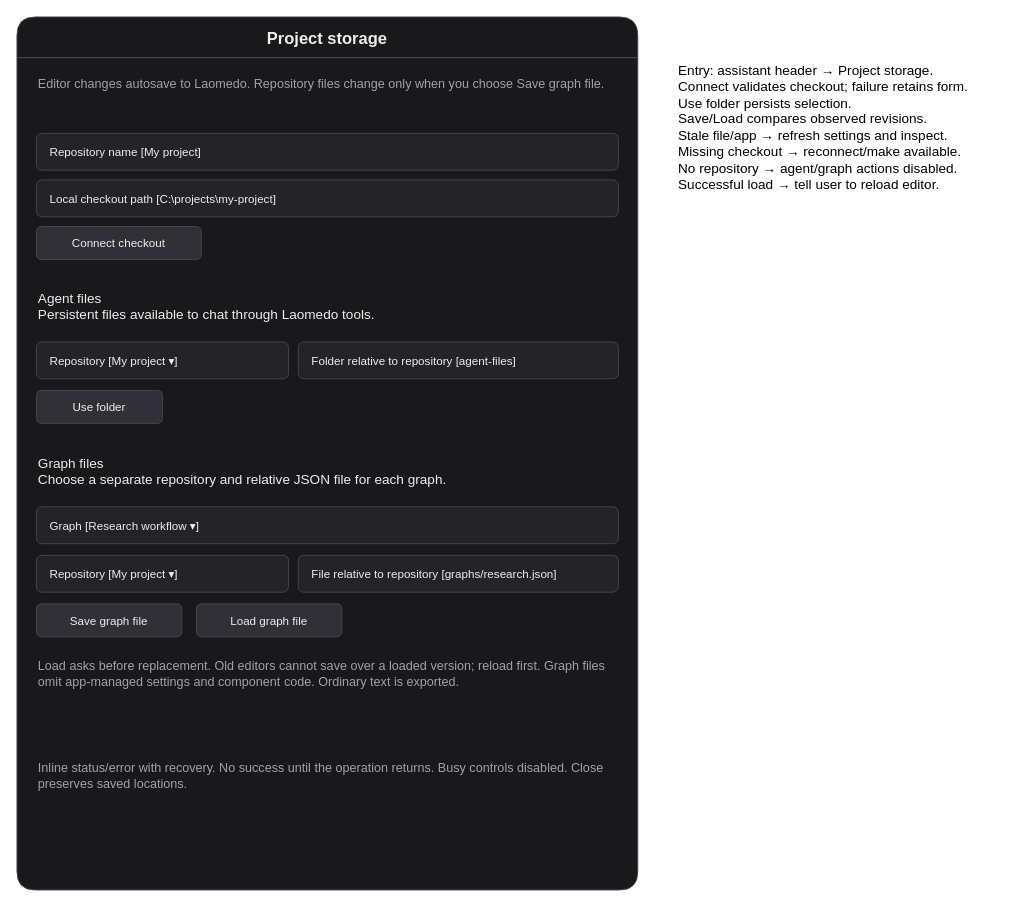
Above: page "Project storage pilot" (1 of 2) of projects/laomedo/subsystems/agent-execution/design/project-storage.drawio in amadou-6e/specs (draw.io), before the change. Source tidied: cells renumbered, new cells numbered last; positions are measured from the earlier drawing's top-left corner, leaving out a move shared by most shapes. Both pictures are drawn from the tidied source at 97%, with x=0, y=0 at pixel (16, 16).
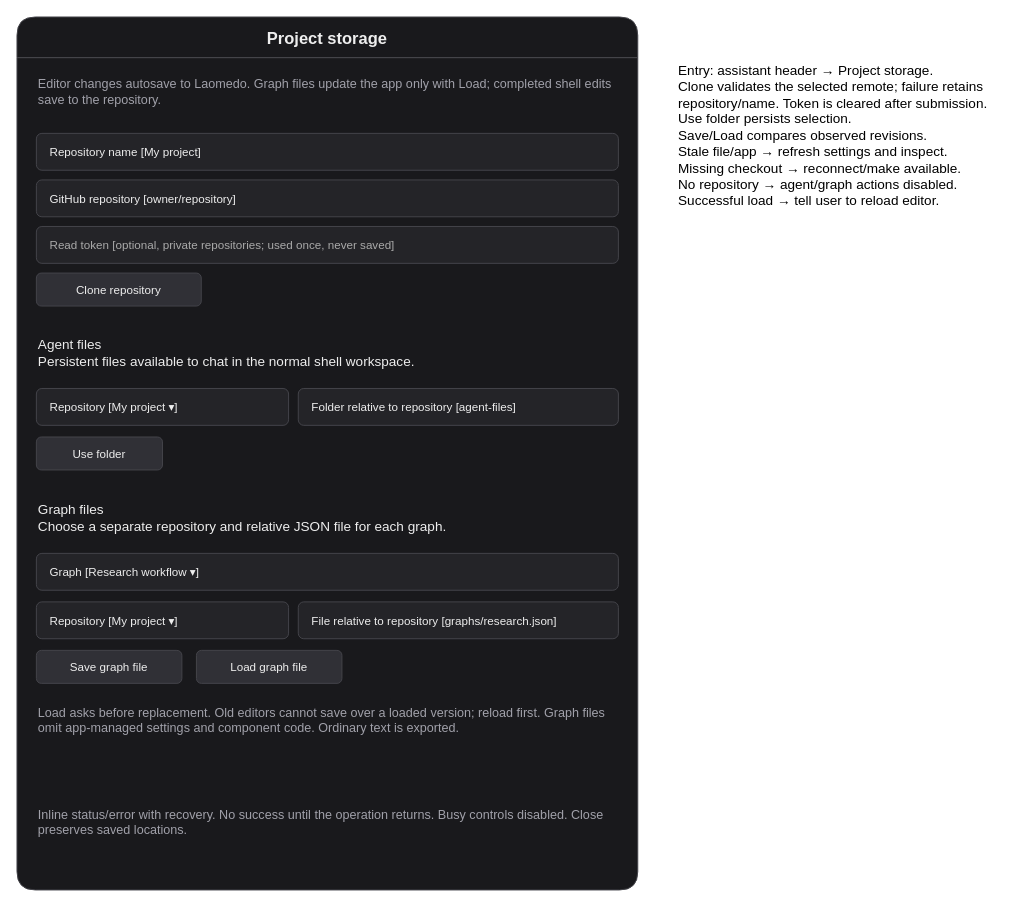
Above is the later version.

Commit message (it also covers changes not shown here):
docs: specify cloned repositories and native chat file workspaces

Unchanged cells that the change refers to:
```xml
<mxCell id="2" value="Project storage" style="swimlane;startSize=42;fillColor=#19191c;swimlaneFillColor=#19191c;fontColor=#eeeeee;strokeColor=#45454b;fontSize=17;rounded=1;" parent="1" vertex="1">
  <mxGeometry width="640" height="900" as="geometry" />
</mxCell>
```

The edit, as a diff of the source:
```diff
@@
-    <mxCell id="3" value="Editor changes autosave to Laomedo. Repository files change only when you choose Save graph file." style="text;html=0;whiteSpace=wrap;fontColor=#a1a1aa;align=left;fontSize=13;" parent="2" vertex="1">
+    <mxCell id="3" value="Editor changes autosave to Laomedo. Graph files update the app only with Load; completed shell edits save to the repository." style="text;html=0;whiteSpace=wrap;fontColor=#a1a1aa;align=left;fontSize=13;" parent="2" vertex="1">
       <mxGeometry x="20" y="55" width="600" height="55" as="geometry" />
     </mxCell>
@@
-    <mxCell id="5" value="Local checkout path [C:\projects\my-project]" style="rounded=1;fillColor=#242428;fontColor=#eeeeee;strokeColor=#45454b;align=left;spacingLeft=12;" parent="2" vertex="1">
+    <mxCell id="5" value="GitHub repository [owner/repository]" style="rounded=1;fillColor=#242428;fontColor=#eeeeee;strokeColor=#45454b;align=left;spacingLeft=12;" parent="2" vertex="1">
       <mxGeometry x="20" y="168" width="600" height="38" as="geometry" />
     </mxCell>
-    <mxCell id="6" value="Connect checkout" style="rounded=1;fillColor=#303036;fontColor=#eeeeee;strokeColor=#45454b;" parent="2" vertex="1">
-      <mxGeometry x="20" y="216" width="170" height="34" as="geometry" />
+    <mxCell id="6" value="Clone repository" style="rounded=1;fillColor=#303036;fontColor=#eeeeee;strokeColor=#45454b;" parent="2" vertex="1">
+      <mxGeometry x="20" y="264" width="170" height="34" as="geometry" />
     </mxCell>
-    <mxCell id="7" value="Agent files&#10;Persistent files available to chat through Laomedo tools." style="text;whiteSpace=wrap;fontColor=#eeeeee;align=left;fontSize=14;" parent="2" vertex="1">
-      <mxGeometry x="20" y="275" width="600" height="50" as="geometry" />
+    <mxCell id="7" value="Agent files&#10;Persistent files available to chat in the normal shell workspace." style="text;whiteSpace=wrap;fontColor=#eeeeee;align=left;fontSize=14;" parent="2" vertex="1">
+      <mxGeometry x="20" y="323" width="600" height="50" as="geometry" />
     </mxCell>
     <mxCell id="8" value="Repository [My project ▾]" style="rounded=1;fillColor=#242428;fontColor=#eeeeee;strokeColor=#45454b;align=left;spacingLeft=12;" parent="2" vertex="1">
-      <mxGeometry x="20" y="335" width="260" height="38" as="geometry" />
+      <mxGeometry x="20" y="383" width="260" height="38" as="geometry" />
     </mxCell>
     <mxCell id="9" value="Folder relative to repository [agent-files]" style="rounded=1;fillColor=#242428;fontColor=#eeeeee;strokeColor=#45454b;align=left;spacingLeft=12;" parent="2" vertex="1">
-      <mxGeometry x="290" y="335" width="330" height="38" as="geometry" />
+      <mxGeometry x="290" y="383" width="330" height="38" as="geometry" />
     </mxCell>
     <mxCell id="10" value="Use folder" style="rounded=1;fillColor=#303036;fontColor=#eeeeee;strokeColor=#45454b;" parent="2" vertex="1">
-      <mxGeometry x="20" y="385" width="130" height="34" as="geometry" />
+      <mxGeometry x="20" y="433" width="130" height="34" as="geometry" />
     </mxCell>
     <mxCell id="11" value="Graph files&#10;Choose a separate repository and relative JSON file for each graph." style="text;whiteSpace=wrap;fontColor=#eeeeee;align=left;fontSize=14;" parent="2" vertex="1">
-      <mxGeometry x="20" y="445" width="600" height="50" as="geometry" />
+      <mxGeometry x="20" y="493" width="600" height="50" as="geometry" />
     </mxCell>
     <mxCell id="12" value="Graph [Research workflow ▾]" style="rounded=1;fillColor=#242428;fontColor=#eeeeee;strokeColor=#45454b;align=left;spacingLeft=12;" parent="2" vertex="1">
-      <mxGeometry x="20" y="505" width="600" height="38" as="geometry" />
+      <mxGeometry x="20" y="553" width="600" height="38" as="geometry" />
     </mxCell>
     <mxCell id="13" value="Repository [My project ▾]" style="rounded=1;fillColor=#242428;fontColor=#eeeeee;strokeColor=#45454b;align=left;spacingLeft=12;" parent="2" vertex="1">
-      <mxGeometry x="20" y="555" width="260" height="38" as="geometry" />
+      <mxGeometry x="20" y="603" width="260" height="38" as="geometry" />
     </mxCell>
     <mxCell id="14" value="File relative to repository [graphs/research.json]" style="rounded=1;fillColor=#242428;fontColor=#eeeeee;strokeColor=#45454b;align=left;spacingLeft=12;" parent="2" vertex="1">
-      <mxGeometry x="290" y="555" width="330" height="38" as="geometry" />
+      <mxGeometry x="290" y="603" width="330" height="38" as="geometry" />
     </mxCell>
     <mxCell id="15" value="Save graph file" style="rounded=1;fillColor=#303036;fontColor=#eeeeee;strokeColor=#45454b;" parent="2" vertex="1">
-      <mxGeometry x="20" y="605" width="150" height="34" as="geometry" />
+      <mxGeometry x="20" y="653" width="150" height="34" as="geometry" />
     </mxCell>
     <mxCell id="16" value="Load graph file" style="rounded=1;fillColor=#303036;fontColor=#eeeeee;strokeColor=#45454b;" parent="2" vertex="1">
-      <mxGeometry x="185" y="605" width="150" height="34" as="geometry" />
+      <mxGeometry x="185" y="653" width="150" height="34" as="geometry" />
     </mxCell>
     <mxCell id="17" value="Load asks before replacement. Old editors cannot save over a loaded version; reload first. Graph files omit app-managed settings and component code. Ordinary text is exported." style="text;whiteSpace=wrap;fontColor=#a1a1aa;align=left;fontSize=13;" parent="2" vertex="1">
-      <mxGeometry x="20" y="655" width="600" height="75" as="geometry" />
+      <mxGeometry x="20" y="703" width="600" height="75" as="geometry" />
     </mxCell>
     <mxCell id="18" value="Inline status/error with recovery. No success until the operation returns. Busy controls disabled. Close preserves saved locations." style="text;whiteSpace=wrap;fontColor=#a1a1aa;align=left;fontSize=13;" parent="2" vertex="1">
-      <mxGeometry x="20" y="760" width="600" height="75" as="geometry" />
+      <mxGeometry x="20" y="808" width="600" height="75" as="geometry" />
     </mxCell>
-    <mxCell id="19" value="Entry: assistant header → Project storage.&#10;Connect validates checkout; failure retains form.&#10;Use folder persists selection.&#10;Save/Load compares observed revisions.&#10;Stale file/app → refresh settings and inspect.&#10;Missing checkout → reconnect/make available.&#10;No repository → agent/graph actions disabled.&#10;Successful load → tell user to reload editor." style="text;whiteSpace=wrap;align=left;verticalAlign=top;fontSize=14;" parent="1" vertex="1">
+    <mxCell id="19" value="Entry: assistant header → Project storage.&#10;Clone validates the selected remote; failure retains repository/name. Token is cleared after submission.&#10;Use folder persists selection.&#10;Save/Load compares observed revisions.&#10;Stale file/app → refresh settings and inspect.&#10;Missing checkout → reconnect/make available.&#10;No repository → agent/graph actions disabled.&#10;Successful load → tell user to reload editor." style="text;whiteSpace=wrap;align=left;verticalAlign=top;fontSize=14;" parent="1" vertex="1">
       <mxGeometry x="680" y="40" width="340" height="480" as="geometry" />
     </mxCell>
+    <mxCell id="20" value="Read token [optional, private repositories; used once, never saved]" style="rounded=1;fillColor=#242428;fontColor=#aaaaaa;strokeColor=#45454b;align=left;spacingLeft=12;" parent="2" vertex="1">
+      <mxGeometry x="20" y="216" width="600" height="38" as="geometry" />
+    </mxCell>
```
